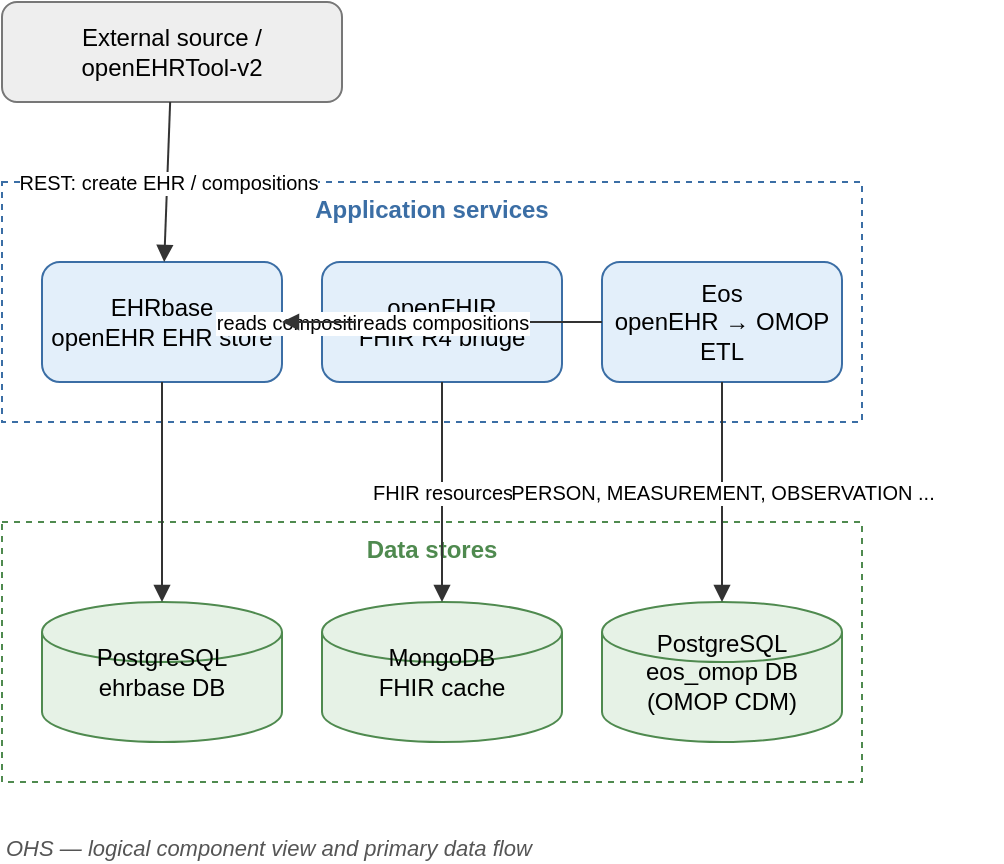
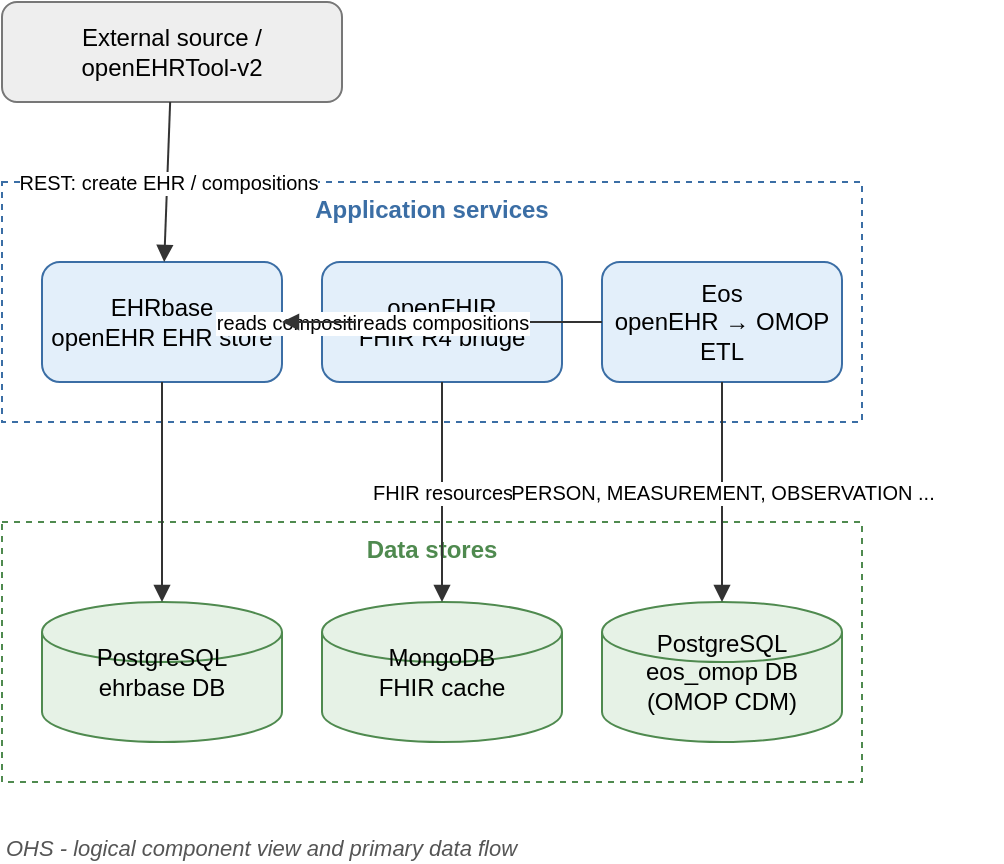
<mxfile host="app.diagrams.net" type="device">
  <diagram name="1 - Logical view" id="logical">
    <mxGraphModel dx="900" dy="600" grid="1" gridSize="10" guides="1" tooltips="1" connect="1" arrows="1" fold="1" page="1" pageScale="1" pageWidth="850" pageHeight="540" math="0" shadow="0">
      <root>
        <mxCell id="0" />
        <mxCell id="1" parent="0" />

        <mxCell id="src" value="External source /&#10;openEHRTool-v2" style="rounded=1;whiteSpace=wrap;html=1;fillColor=#eeeeee;strokeColor=#777777;" vertex="1" parent="1">
          <mxGeometry x="40" y="40" width="170" height="50" as="geometry" />
        </mxCell>

        <mxCell id="appsBox" value="Application services" style="rounded=0;whiteSpace=wrap;html=1;verticalAlign=top;fillColor=none;strokeColor=#3b6ea5;dashed=1;fontStyle=1;fontColor=#3b6ea5;" vertex="1" parent="1">
          <mxGeometry x="40" y="130" width="430" height="120" as="geometry" />
        </mxCell>
        <mxCell id="ehrbase" value="EHRbase&#10;openEHR EHR store" style="rounded=1;whiteSpace=wrap;html=1;fillColor=#e3effa;strokeColor=#3b6ea5;" vertex="1" parent="1">
          <mxGeometry x="60" y="170" width="120" height="60" as="geometry" />
        </mxCell>
        <mxCell id="openfhir" value="openFHIR&#10;FHIR R4 bridge" style="rounded=1;whiteSpace=wrap;html=1;fillColor=#e3effa;strokeColor=#3b6ea5;" vertex="1" parent="1">
          <mxGeometry x="200" y="170" width="120" height="60" as="geometry" />
        </mxCell>
        <mxCell id="eos" value="Eos&#10;openEHR → OMOP ETL" style="rounded=1;whiteSpace=wrap;html=1;fillColor=#e3effa;strokeColor=#3b6ea5;" vertex="1" parent="1">
          <mxGeometry x="340" y="170" width="120" height="60" as="geometry" />
        </mxCell>

        <mxCell id="dataBox" value="Data stores" style="rounded=0;whiteSpace=wrap;html=1;verticalAlign=top;fillColor=none;strokeColor=#4f8a4f;dashed=1;fontStyle=1;fontColor=#4f8a4f;" vertex="1" parent="1">
          <mxGeometry x="40" y="300" width="430" height="130" as="geometry" />
        </mxCell>
        <mxCell id="pgehr" value="PostgreSQL&#10;ehrbase DB" style="shape=cylinder3;whiteSpace=wrap;html=1;fillColor=#e6f2e6;strokeColor=#4f8a4f;" vertex="1" parent="1">
          <mxGeometry x="60" y="340" width="120" height="70" as="geometry" />
        </mxCell>
        <mxCell id="mongo" value="MongoDB&#10;FHIR cache" style="shape=cylinder3;whiteSpace=wrap;html=1;fillColor=#e6f2e6;strokeColor=#4f8a4f;" vertex="1" parent="1">
          <mxGeometry x="200" y="340" width="120" height="70" as="geometry" />
        </mxCell>
        <mxCell id="pgomop" value="PostgreSQL&#10;eos_omop DB (OMOP CDM)" style="shape=cylinder3;whiteSpace=wrap;html=1;fillColor=#e6f2e6;strokeColor=#4f8a4f;" vertex="1" parent="1">
          <mxGeometry x="340" y="340" width="120" height="70" as="geometry" />
        </mxCell>

        <mxCell id="e1" value="REST: create EHR / compositions" style="endArrow=block;html=1;fontSize=10;strokeColor=#333333;" edge="1" parent="1" source="src" target="ehrbase">
          <mxGeometry relative="1" as="geometry" />
        </mxCell>
        <mxCell id="e2" style="endArrow=block;html=1;strokeColor=#333333;" edge="1" parent="1" source="ehrbase" target="pgehr">
          <mxGeometry relative="1" as="geometry" />
        </mxCell>
        <mxCell id="e3" value="reads compositions" style="endArrow=block;html=1;fontSize=10;strokeColor=#333333;" edge="1" parent="1" source="openfhir" target="ehrbase">
          <mxGeometry relative="1" as="geometry" />
        </mxCell>
        <mxCell id="e4" value="FHIR resources" style="endArrow=block;html=1;fontSize=10;strokeColor=#333333;" edge="1" parent="1" source="openfhir" target="mongo">
          <mxGeometry relative="1" as="geometry" />
        </mxCell>
        <mxCell id="e5" value="reads compositions" style="endArrow=block;html=1;fontSize=10;strokeColor=#333333;" edge="1" parent="1" source="eos" target="ehrbase">
          <mxGeometry relative="1" as="geometry" />
        </mxCell>
        <mxCell id="e6" value="PERSON, MEASUREMENT, OBSERVATION ..." style="endArrow=block;html=1;fontSize=10;strokeColor=#333333;" edge="1" parent="1" source="eos" target="pgomop">
          <mxGeometry relative="1" as="geometry" />
        </mxCell>

-         <mxCell id="title1" value="OHS — logical component view and primary data flow" style="text;html=1;fontStyle=2;fontSize=11;align=left;fontColor=#555555;" vertex="1" parent="1">
+         <mxCell id="title1" value="OHS - logical component view and primary data flow" style="text;html=1;fontStyle=2;fontSize=11;align=left;fontColor=#555555;" vertex="1" parent="1">
          <mxGeometry x="40" y="450" width="500" height="20" as="geometry" />
        </mxCell>
      </root>
    </mxGraphModel>
  </diagram>

  <diagram name="2 - Kubernetes deployment" id="deploy">
    <mxGraphModel dx="1000" dy="700" grid="1" gridSize="10" guides="1" tooltips="1" connect="1" arrows="1" fold="1" page="1" pageScale="1" pageWidth="1100" pageHeight="850" math="0" shadow="0">
      <root>
        <mxCell id="0" />
        <mxCell id="1" parent="0" />

        <mxCell id="client" value="Client / Browser" style="rounded=1;whiteSpace=wrap;html=1;fillColor=#eeeeee;strokeColor=#777777;" vertex="1" parent="1">
          <mxGeometry x="460" y="20" width="160" height="40" as="geometry" />
        </mxCell>

        <mxCell id="cluster" value="Kubernetes cluster" style="rounded=0;whiteSpace=wrap;html=1;verticalAlign=top;fillColor=none;strokeColor=#000000;fontStyle=1;" vertex="1" parent="1">
          <mxGeometry x="40" y="90" width="1020" height="700" as="geometry" />
        </mxCell>

        <mxCell id="cnpg" value="CloudNativePG operator&#10;(ns: cnpg-system)" style="rounded=1;whiteSpace=wrap;html=1;fillColor=#fbe9d0;strokeColor=#c47f1a;" vertex="1" parent="1">
          <mxGeometry x="60" y="120" width="200" height="50" as="geometry" />
        </mxCell>
        <mxCell id="mongoop" value="MongoDB Community operator&#10;(ns: mongodb-operator)" style="rounded=1;whiteSpace=wrap;html=1;fillColor=#fbe9d0;strokeColor=#c47f1a;" vertex="1" parent="1">
          <mxGeometry x="280" y="120" width="220" height="50" as="geometry" />
        </mxCell>

        <mxCell id="ingress" value="Ingress controller&#10;nginx / traefik · TLS via cert-manager" style="shape=hexagon;perimeter=hexagonPerimeter2;whiteSpace=wrap;html=1;fillColor=#fff4cc;strokeColor=#c9a227;" vertex="1" parent="1">
          <mxGeometry x="430" y="120" width="240" height="60" as="geometry" />
        </mxCell>

        <mxCell id="ns" value="Namespace: ohs" style="rounded=0;whiteSpace=wrap;html=1;verticalAlign=top;fillColor=none;strokeColor=#9673a6;dashed=1;fontStyle=1;fontColor=#9673a6;" vertex="1" parent="1">
          <mxGeometry x="60" y="210" width="980" height="560" as="geometry" />
        </mxCell>

-         <mxCell id="appBox" value="App layer — Deployments + Services" style="rounded=0;whiteSpace=wrap;html=1;verticalAlign=top;fillColor=none;strokeColor=#3b6ea5;dashed=1;fontStyle=1;fontColor=#3b6ea5;" vertex="1" parent="1">
+         <mxCell id="appBox" value="App layer - Deployments + Services" style="rounded=0;whiteSpace=wrap;html=1;verticalAlign=top;fillColor=none;strokeColor=#3b6ea5;dashed=1;fontStyle=1;fontColor=#3b6ea5;" vertex="1" parent="1">
          <mxGeometry x="80" y="250" width="940" height="180" as="geometry" />
        </mxCell>
        <mxCell id="ehrbase2" value="EHRbase :8080" style="rounded=1;whiteSpace=wrap;html=1;fillColor=#e3effa;strokeColor=#3b6ea5;" vertex="1" parent="1">
          <mxGeometry x="100" y="290" width="130" height="40" as="geometry" />
        </mxCell>
        <mxCell id="openfhir2" value="openFHIR :8080" style="rounded=1;whiteSpace=wrap;html=1;fillColor=#e3effa;strokeColor=#3b6ea5;" vertex="1" parent="1">
          <mxGeometry x="250" y="290" width="130" height="40" as="geometry" />
        </mxCell>
        <mxCell id="eos2" value="Eos :8081" style="rounded=1;whiteSpace=wrap;html=1;fillColor=#e3effa;strokeColor=#3b6ea5;" vertex="1" parent="1">
          <mxGeometry x="400" y="290" width="130" height="40" as="geometry" />
        </mxCell>
        <mxCell id="keycloak2" value="Keycloak :8080" style="rounded=1;whiteSpace=wrap;html=1;fillColor=#e3effa;strokeColor=#3b6ea5;" vertex="1" parent="1">
          <mxGeometry x="550" y="290" width="130" height="40" as="geometry" />
        </mxCell>
        <mxCell id="cefe" value="Cohort Explorer FE" style="rounded=1;whiteSpace=wrap;html=1;fillColor=#e3effa;strokeColor=#3b6ea5;" vertex="1" parent="1">
          <mxGeometry x="700" y="290" width="140" height="40" as="geometry" />
        </mxCell>
        <mxCell id="cebe" value="Cohort Explorer BE" style="rounded=1;whiteSpace=wrap;html=1;fillColor=#e3effa;strokeColor=#3b6ea5;" vertex="1" parent="1">
          <mxGeometry x="860" y="290" width="140" height="40" as="geometry" />
        </mxCell>
        <mxCell id="toolfe" value="openEHRTool FE" style="rounded=1;whiteSpace=wrap;html=1;fillColor=#e3effa;strokeColor=#3b6ea5;" vertex="1" parent="1">
          <mxGeometry x="100" y="360" width="140" height="40" as="geometry" />
        </mxCell>
        <mxCell id="toolbe" value="openEHRTool BE" style="rounded=1;whiteSpace=wrap;html=1;fillColor=#e3effa;strokeColor=#3b6ea5;" vertex="1" parent="1">
          <mxGeometry x="260" y="360" width="140" height="40" as="geometry" />
        </mxCell>

-         <mxCell id="dataBox2" value="Data layer — StatefulSets (operator-managed)" style="rounded=0;whiteSpace=wrap;html=1;verticalAlign=top;fillColor=none;strokeColor=#4f8a4f;dashed=1;fontStyle=1;fontColor=#4f8a4f;" vertex="1" parent="1">
+         <mxCell id="dataBox2" value="Data layer - StatefulSets (operator-managed)" style="rounded=0;whiteSpace=wrap;html=1;verticalAlign=top;fillColor=none;strokeColor=#4f8a4f;dashed=1;fontStyle=1;fontColor=#4f8a4f;" vertex="1" parent="1">
          <mxGeometry x="80" y="460" width="640" height="130" as="geometry" />
        </mxCell>
        <mxCell id="pg2" value="PostgreSQL cluster (CNPG)&#10;ehrbase · eos_omop · numportal" style="shape=cylinder3;whiteSpace=wrap;html=1;fillColor=#e6f2e6;strokeColor=#4f8a4f;" vertex="1" parent="1">
          <mxGeometry x="100" y="500" width="200" height="70" as="geometry" />
        </mxCell>
        <mxCell id="mongo2" value="MongoDB cluster" style="shape=cylinder3;whiteSpace=wrap;html=1;fillColor=#e6f2e6;strokeColor=#4f8a4f;" vertex="1" parent="1">
          <mxGeometry x="330" y="500" width="160" height="70" as="geometry" />
        </mxCell>
        <mxCell id="redis2" value="Redis" style="shape=cylinder3;whiteSpace=wrap;html=1;fillColor=#e6f2e6;strokeColor=#4f8a4f;" vertex="1" parent="1">
          <mxGeometry x="520" y="500" width="160" height="70" as="geometry" />
        </mxCell>

        <mxCell id="secret" value="Secret: ohs-credentials" style="shape=parallelogram;perimeter=parallelogramPerimeter;whiteSpace=wrap;html=1;fillColor=#fadbd8;strokeColor=#b03a2e;" vertex="1" parent="1">
          <mxGeometry x="760" y="470" width="220" height="50" as="geometry" />
        </mxCell>
        <mxCell id="pvc" value="PersistentVolumeClaims" style="shape=parallelogram;perimeter=parallelogramPerimeter;whiteSpace=wrap;html=1;fillColor=#fadbd8;strokeColor=#b03a2e;" vertex="1" parent="1">
          <mxGeometry x="760" y="540" width="220" height="50" as="geometry" />
        </mxCell>

        <mxCell id="d0" style="endArrow=block;html=1;strokeColor=#333333;" edge="1" parent="1" source="client" target="ingress">
          <mxGeometry relative="1" as="geometry" />
        </mxCell>
        <mxCell id="d1" value="/ehrbase" style="endArrow=block;html=1;fontSize=10;strokeColor=#333333;" edge="1" parent="1" source="ingress" target="ehrbase2">
          <mxGeometry relative="1" as="geometry" />
        </mxCell>
        <mxCell id="d2" value="/openfhir" style="endArrow=block;html=1;fontSize=10;strokeColor=#333333;" edge="1" parent="1" source="ingress" target="openfhir2">
          <mxGeometry relative="1" as="geometry" />
        </mxCell>
        <mxCell id="d3" value="/eos" style="endArrow=block;html=1;fontSize=10;strokeColor=#333333;" edge="1" parent="1" source="ingress" target="eos2">
          <mxGeometry relative="1" as="geometry" />
        </mxCell>
        <mxCell id="d4" value="/auth" style="endArrow=block;html=1;fontSize=10;strokeColor=#333333;" edge="1" parent="1" source="ingress" target="keycloak2">
          <mxGeometry relative="1" as="geometry" />
        </mxCell>
        <mxCell id="d5" value="/cohort-explorer" style="endArrow=block;html=1;fontSize=10;strokeColor=#333333;" edge="1" parent="1" source="ingress" target="cefe">
          <mxGeometry relative="1" as="geometry" />
        </mxCell>
        <mxCell id="d6" value="/num-portal" style="endArrow=block;html=1;fontSize=10;strokeColor=#333333;" edge="1" parent="1" source="ingress" target="cebe">
          <mxGeometry relative="1" as="geometry" />
        </mxCell>

        <mxCell id="d7" value=":5432" style="endArrow=block;html=1;fontSize=10;strokeColor=#333333;" edge="1" parent="1" source="ehrbase2" target="pg2">
          <mxGeometry relative="1" as="geometry" />
        </mxCell>
        <mxCell id="d8" value=":5432" style="endArrow=block;html=1;fontSize=10;strokeColor=#333333;" edge="1" parent="1" source="eos2" target="pg2">
          <mxGeometry relative="1" as="geometry" />
        </mxCell>
        <mxCell id="d9" value=":5432" style="endArrow=block;html=1;fontSize=10;strokeColor=#333333;" edge="1" parent="1" source="cebe" target="pg2">
          <mxGeometry relative="1" as="geometry" />
        </mxCell>
        <mxCell id="d10" value=":27017" style="endArrow=block;html=1;fontSize=10;strokeColor=#333333;" edge="1" parent="1" source="openfhir2" target="mongo2">
          <mxGeometry relative="1" as="geometry" />
        </mxCell>
        <mxCell id="d11" style="endArrow=block;html=1;strokeColor=#333333;" edge="1" parent="1" source="toolbe" target="redis2">
          <mxGeometry relative="1" as="geometry" />
        </mxCell>
        <mxCell id="d12" style="endArrow=block;html=1;strokeColor=#333333;" edge="1" parent="1" source="toolfe" target="toolbe">
          <mxGeometry relative="1" as="geometry" />
        </mxCell>

        <mxCell id="d13" value="manages" style="endArrow=open;html=1;dashed=1;fontSize=10;strokeColor=#c47f1a;" edge="1" parent="1" source="cnpg" target="pg2">
          <mxGeometry relative="1" as="geometry" />
        </mxCell>
        <mxCell id="d14" value="manages" style="endArrow=open;html=1;dashed=1;fontSize=10;strokeColor=#c47f1a;" edge="1" parent="1" source="mongoop" target="mongo2">
          <mxGeometry relative="1" as="geometry" />
        </mxCell>
        <mxCell id="d15" value="mounts" style="endArrow=open;html=1;dashed=1;fontSize=10;strokeColor=#b03a2e;" edge="1" parent="1" source="pg2" target="pvc">
          <mxGeometry relative="1" as="geometry" />
        </mxCell>
        <mxCell id="d16" value="env injection" style="endArrow=open;html=1;dashed=1;fontSize=10;strokeColor=#b03a2e;" edge="1" parent="1" source="secret" target="appBox">
          <mxGeometry relative="1" as="geometry" />
        </mxCell>

-         <mxCell id="legend" value="Legend&#10;— solid arrow = request / data flow (label = ingress path or port)&#10;— dashed arrow = managed-by / mounts / env injection&#10;hexagon = Ingress · cylinder = stateful store · parallelogram = Secret / PVC" style="text;html=1;align=left;verticalAlign=top;fontSize=10;strokeColor=#999999;fillColor=#ffffff;" vertex="1" parent="1">
+         <mxCell id="legend" value="Legend&#10;- solid arrow = request / data flow (label = ingress path or port)&#10;- dashed arrow = managed-by / mounts / env injection&#10;hexagon = Ingress · cylinder = stateful store · parallelogram = Secret / PVC" style="text;html=1;align=left;verticalAlign=top;fontSize=10;strokeColor=#999999;fillColor=#ffffff;" vertex="1" parent="1">
          <mxGeometry x="60" y="610" width="600" height="80" as="geometry" />
        </mxCell>

-         <mxCell id="title2" value="OHS — Kubernetes deployment view" style="text;html=1;fontStyle=2;fontSize=11;align=left;fontColor=#555555;" vertex="1" parent="1">
+         <mxCell id="title2" value="OHS - Kubernetes deployment view" style="text;html=1;fontStyle=2;fontSize=11;align=left;fontColor=#555555;" vertex="1" parent="1">
          <mxGeometry x="60" y="700" width="500" height="20" as="geometry" />
        </mxCell>
      </root>
    </mxGraphModel>
  </diagram>

  <diagram name="3 - End-to-end data flow" id="dataflow">
    <mxGraphModel dx="1000" dy="600" grid="1" gridSize="10" guides="1" tooltips="1" connect="1" arrows="1" fold="1" page="1" pageScale="1" pageWidth="1150" pageHeight="540" math="0" shadow="0">
      <root>
        <mxCell id="0" />
        <mxCell id="1" parent="0" />

        <mxCell id="user" value="Clinician /&#10;data source" style="rounded=1;whiteSpace=wrap;html=1;fillColor=#eeeeee;strokeColor=#777777;" vertex="1" parent="1">
          <mxGeometry x="20" y="180" width="120" height="50" as="geometry" />
        </mxCell>

        <mxCell id="capBox" value="1 · Capture (openEHR)" style="rounded=0;whiteSpace=wrap;html=1;verticalAlign=top;fillColor=none;strokeColor=#3b6ea5;dashed=1;fontStyle=1;fontColor=#3b6ea5;" vertex="1" parent="1">
          <mxGeometry x="180" y="40" width="240" height="360" as="geometry" />
        </mxCell>
        <mxCell id="tool" value="openEHRTool-v2" style="rounded=1;whiteSpace=wrap;html=1;fillColor=#e3effa;strokeColor=#3b6ea5;" vertex="1" parent="1">
          <mxGeometry x="220" y="80" width="160" height="50" as="geometry" />
        </mxCell>
        <mxCell id="ehrbase" value="EHRbase" style="rounded=1;whiteSpace=wrap;html=1;fillColor=#e3effa;strokeColor=#3b6ea5;" vertex="1" parent="1">
          <mxGeometry x="220" y="180" width="160" height="50" as="geometry" />
        </mxCell>
        <mxCell id="pgehr" value="ehrbase DB" style="shape=cylinder3;whiteSpace=wrap;html=1;fillColor=#e6f2e6;strokeColor=#4f8a4f;" vertex="1" parent="1">
          <mxGeometry x="240" y="290" width="120" height="70" as="geometry" />
        </mxCell>

        <mxCell id="transBox" value="2 · Transform" style="rounded=0;whiteSpace=wrap;html=1;verticalAlign=top;fillColor=none;strokeColor=#3b6ea5;dashed=1;fontStyle=1;fontColor=#3b6ea5;" vertex="1" parent="1">
          <mxGeometry x="460" y="40" width="380" height="360" as="geometry" />
        </mxCell>
        <mxCell id="openfhir" value="openFHIR&#10;→ FHIR R4" style="rounded=1;whiteSpace=wrap;html=1;fillColor=#e3effa;strokeColor=#3b6ea5;" vertex="1" parent="1">
          <mxGeometry x="490" y="80" width="150" height="50" as="geometry" />
        </mxCell>
        <mxCell id="eos" value="Eos&#10;→ OMOP CDM" style="rounded=1;whiteSpace=wrap;html=1;fillColor=#e3effa;strokeColor=#3b6ea5;" vertex="1" parent="1">
          <mxGeometry x="490" y="250" width="150" height="50" as="geometry" />
        </mxCell>
        <mxCell id="mongo" value="MongoDB&#10;FHIR cache" style="shape=cylinder3;whiteSpace=wrap;html=1;fillColor=#e6f2e6;strokeColor=#4f8a4f;" vertex="1" parent="1">
          <mxGeometry x="680" y="70" width="130" height="70" as="geometry" />
        </mxCell>
        <mxCell id="pgomop" value="eos_omop DB&#10;OMOP CDM" style="shape=cylinder3;whiteSpace=wrap;html=1;fillColor=#e6f2e6;strokeColor=#4f8a4f;" vertex="1" parent="1">
          <mxGeometry x="680" y="240" width="130" height="70" as="geometry" />
        </mxCell>

        <mxCell id="anaBox" value="3 · Analyse" style="rounded=0;whiteSpace=wrap;html=1;verticalAlign=top;fillColor=none;strokeColor=#3b6ea5;dashed=1;fontStyle=1;fontColor=#3b6ea5;" vertex="1" parent="1">
          <mxGeometry x="880" y="200" width="250" height="200" as="geometry" />
        </mxCell>
        <mxCell id="cebe" value="Cohort Explorer BE" style="rounded=1;whiteSpace=wrap;html=1;fillColor=#e3effa;strokeColor=#3b6ea5;" vertex="1" parent="1">
          <mxGeometry x="910" y="240" width="180" height="40" as="geometry" />
        </mxCell>
        <mxCell id="cefe" value="Cohort Explorer FE" style="rounded=1;whiteSpace=wrap;html=1;fillColor=#e3effa;strokeColor=#3b6ea5;" vertex="1" parent="1">
          <mxGeometry x="910" y="310" width="180" height="40" as="geometry" />
        </mxCell>
        <mxCell id="analyst" value="Researcher" style="rounded=1;whiteSpace=wrap;html=1;fillColor=#eeeeee;strokeColor=#777777;" vertex="1" parent="1">
          <mxGeometry x="950" y="430" width="100" height="40" as="geometry" />
        </mxCell>

        <mxCell id="f1" value="enter composition" style="endArrow=block;html=1;fontSize=10;strokeColor=#333333;" edge="1" parent="1" source="user" target="tool">
          <mxGeometry relative="1" as="geometry" />
        </mxCell>
        <mxCell id="f2" value="REST: store EHR" style="endArrow=block;html=1;fontSize=10;strokeColor=#333333;" edge="1" parent="1" source="tool" target="ehrbase">
          <mxGeometry relative="1" as="geometry" />
        </mxCell>
        <mxCell id="f3" style="endArrow=block;html=1;strokeColor=#333333;" edge="1" parent="1" source="ehrbase" target="pgehr">
          <mxGeometry relative="1" as="geometry" />
        </mxCell>
        <mxCell id="f4" value="compositions" style="endArrow=block;html=1;fontSize=10;strokeColor=#333333;" edge="1" parent="1" source="ehrbase" target="openfhir">
          <mxGeometry relative="1" as="geometry" />
        </mxCell>
        <mxCell id="f5" value="compositions" style="endArrow=block;html=1;fontSize=10;strokeColor=#333333;" edge="1" parent="1" source="ehrbase" target="eos">
          <mxGeometry relative="1" as="geometry" />
        </mxCell>
        <mxCell id="f6" style="endArrow=block;html=1;strokeColor=#333333;" edge="1" parent="1" source="openfhir" target="mongo">
          <mxGeometry relative="1" as="geometry" />
        </mxCell>
        <mxCell id="f7" value="PERSON, MEASUREMENT,&#10;OBSERVATION ..." style="endArrow=block;html=1;fontSize=10;strokeColor=#333333;" edge="1" parent="1" source="eos" target="pgomop">
          <mxGeometry relative="1" as="geometry" />
        </mxCell>
        <mxCell id="f8" value="OMOP queries" style="endArrow=block;html=1;fontSize=10;strokeColor=#333333;" edge="1" parent="1" source="pgomop" target="cebe">
          <mxGeometry relative="1" as="geometry" />
        </mxCell>
        <mxCell id="f9" style="endArrow=block;html=1;strokeColor=#333333;" edge="1" parent="1" source="cebe" target="cefe">
          <mxGeometry relative="1" as="geometry" />
        </mxCell>
        <mxCell id="f10" value="cohorts / counts" style="endArrow=block;html=1;fontSize=10;strokeColor=#333333;" edge="1" parent="1" source="cefe" target="analyst">
          <mxGeometry relative="1" as="geometry" />
        </mxCell>

-         <mxCell id="title3" value="OHS — end-to-end data flow: openEHR → FHIR / OMOP CDM → cohort" style="text;html=1;fontStyle=2;fontSize=11;align=left;fontColor=#555555;" vertex="1" parent="1">
+         <mxCell id="title3" value="OHS - end-to-end data flow: openEHR → FHIR / OMOP CDM → cohort" style="text;html=1;fontStyle=2;fontSize=11;align=left;fontColor=#555555;" vertex="1" parent="1">
          <mxGeometry x="20" y="430" width="600" height="20" as="geometry" />
        </mxCell>
      </root>
    </mxGraphModel>
  </diagram>
</mxfile>
